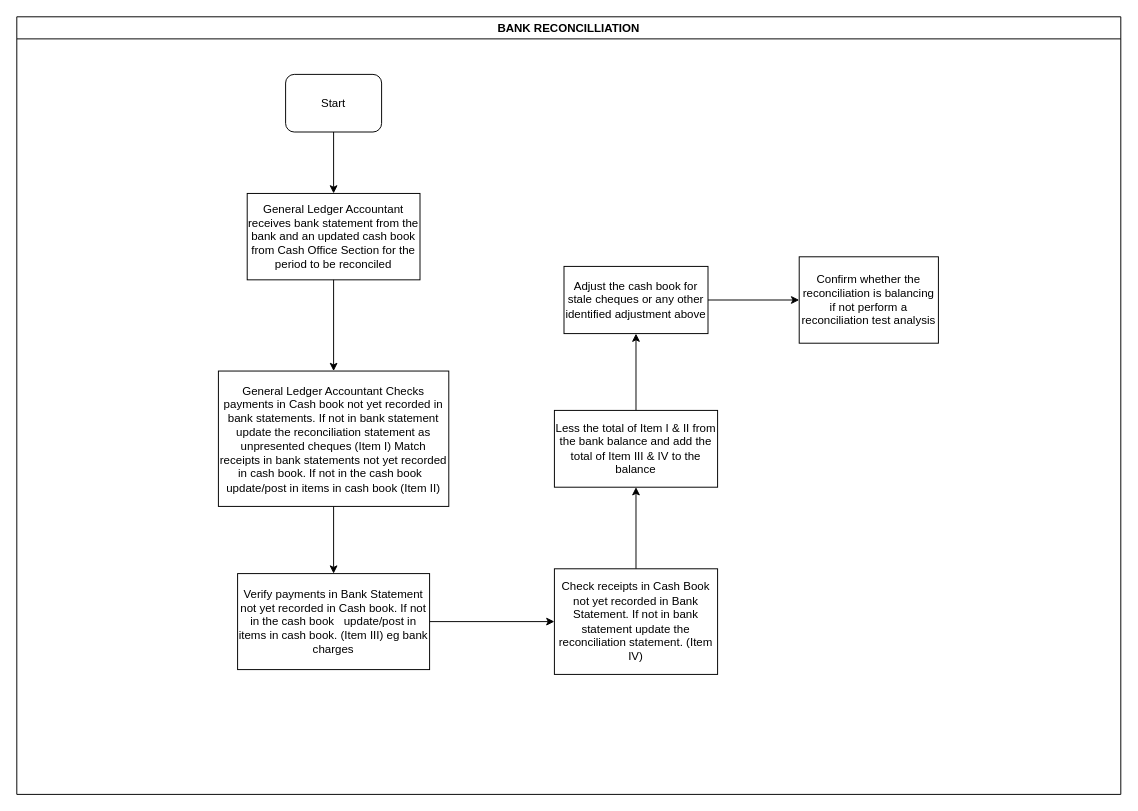
This is KEFRI-FIN-BANK RECONCILLIATION.drawio from kmagua/flowcharts, a draw.io file, before an edit. Source tidied: cells renumbered, new cells numbered last; positions are measured from the earlier drawing's top-left corner, leaving out a move shared by most shapes. Both pictures are drawn from the tidied source at 96%, with x=0, y=0 at pixel (16, 16).
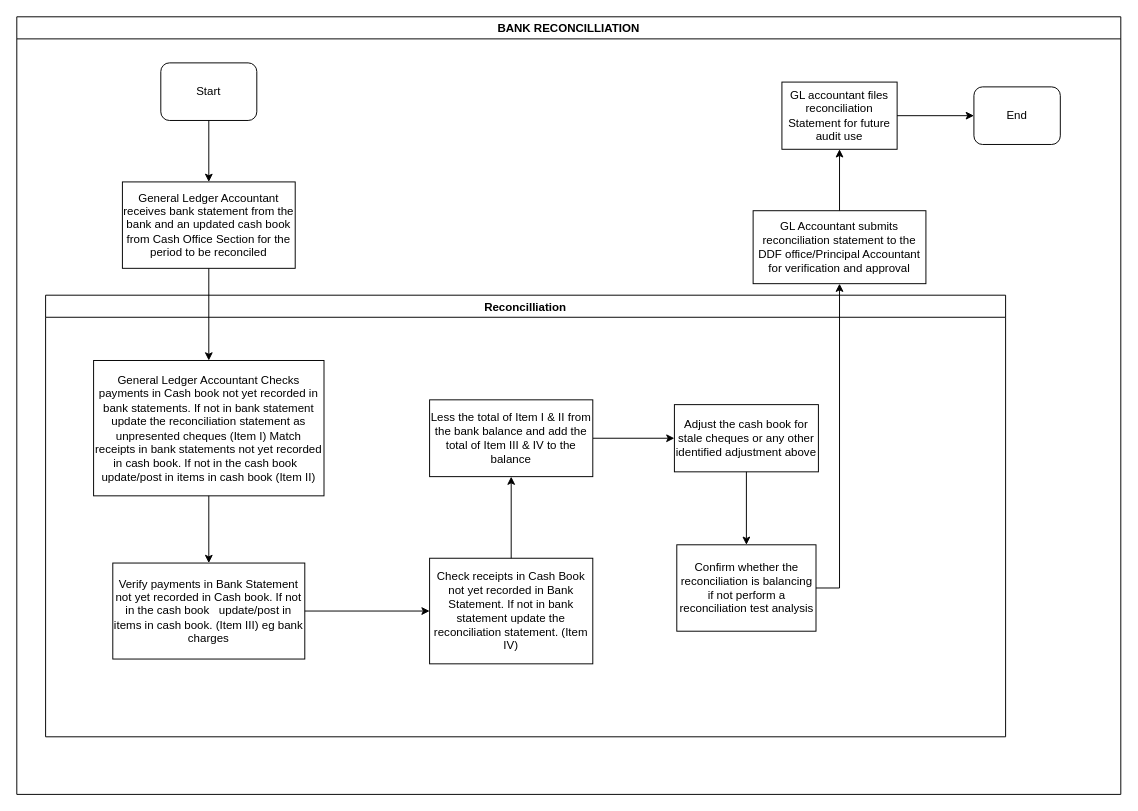
The same page after the edit.

The change refers to these unchanged cells:
```xml
<mxCell id="2" value="BANK RECONCILLIATION" style="swimlane;" parent="1" vertex="1">
  <mxGeometry width="1150" height="810" as="geometry" />
</mxCell>
```

Diff of the diagram source:
```diff
@@
     <mxCell id="3" value="Start" style="rounded=1;whiteSpace=wrap;html=1;" parent="2" vertex="1">
-      <mxGeometry x="280" y="60" width="100" height="60" as="geometry" />
+      <mxGeometry x="150" y="48" width="100" height="60" as="geometry" />
     </mxCell>
     <mxCell id="4" value="General Ledger Accountant receives bank statement from the bank and an updated cash book from Cash Office Section for the period to be reconciled" style="rounded=0;whiteSpace=wrap;html=1;" parent="2" vertex="1">
-      <mxGeometry x="240" y="184" width="180" height="90" as="geometry" />
+      <mxGeometry x="110" y="172" width="180" height="90" as="geometry" />
     </mxCell>
@@
+    <mxCell id="18" value="Reconcilliation" style="swimlane;" parent="2" vertex="1">
+      <mxGeometry x="30" y="290" width="1000" height="460" as="geometry" />
+    </mxCell>
+    <mxCell id="16" value="Adjust the cash book for stale cheques or any other identified adjustment above" style="whiteSpace=wrap;html=1;rounded=0;" parent="18" vertex="1">
+      <mxGeometry x="655" y="114" width="150" height="70" as="geometry" />
+    </mxCell>
+    <mxCell id="17" value="Confirm whether the reconciliation is balancing if not perform a reconciliation test analysis" style="whiteSpace=wrap;html=1;rounded=0;" parent="18" vertex="1">
+      <mxGeometry x="657.5" y="260" width="145" height="90" as="geometry" />
+    </mxCell>
+    <mxCell id="15" style="edgeStyle=orthogonalEdgeStyle;rounded=0;jettySize=auto;html=1;" parent="18" edge="1" source="16" target="17">
+      <mxGeometry relative="1" as="geometry" />
+    </mxCell>
+    <mxCell id="7" value="General Ledger Accountant Checks payments in Cash book not yet recorded in bank statements. If not in bank statement update the reconciliation statement as unpresented cheques (Item I) Match receipts in bank statements not yet recorded in cash book. If not in the cash book&amp;nbsp;&amp;nbsp; update/post in items in cash book (Item II)" style="whiteSpace=wrap;html=1;rounded=0;" parent="18" vertex="1">
+      <mxGeometry x="50" y="68" width="240" height="141" as="geometry" />
+    </mxCell>
+    <mxCell id="10" value="Verify payments in Bank Statement not yet recorded in Cash book. If not in the cash book&amp;nbsp;&amp;nbsp; update/post in items in cash book. (Item III) eg bank charges" style="whiteSpace=wrap;html=1;rounded=0;" parent="18" vertex="1">
+      <mxGeometry x="70" y="279" width="200" height="100" as="geometry" />
+    </mxCell>
-    <mxCell id="6" style="edgeStyle=orthogonalEdgeStyle;rounded=0;jettySize=auto;html=1;" parent="1" edge="1" source="7" target="10">
+    <mxCell id="6" style="edgeStyle=orthogonalEdgeStyle;rounded=0;jettySize=auto;html=1;" parent="18" edge="1" source="7" target="10">
       <mxGeometry relative="1" as="geometry" />
     </mxCell>
-    <mxCell id="7" value="General Ledger Accountant Checks payments in Cash book not yet recorded in bank statements. If not in bank statement update the reconciliation statement as unpresented cheques (Item I) Match receipts in bank statements not yet recorded in cash book. If not in the cash book&amp;nbsp;&amp;nbsp; update/post in items in cash book (Item II)" style="whiteSpace=wrap;html=1;rounded=0;" parent="1" vertex="1">
-      <mxGeometry x="210" y="369" width="240" height="141" as="geometry" />
-    </mxCell>
-    <mxCell id="8" style="edgeStyle=orthogonalEdgeStyle;rounded=0;jettySize=auto;html=1;" parent="1" edge="1" source="4" target="7">
-      <mxGeometry relative="1" as="geometry" />
-    </mxCell>
+    <mxCell id="12" value="Check receipts in Cash Book not yet recorded in Bank Statement. If not in bank statement update the reconciliation statement. (Item IV)" style="whiteSpace=wrap;html=1;rounded=0;" parent="18" vertex="1">
+      <mxGeometry x="400" y="274" width="170" height="110" as="geometry" />
+    </mxCell>
-    <mxCell id="9" style="edgeStyle=orthogonalEdgeStyle;rounded=0;jettySize=auto;html=1;" parent="1" edge="1" source="10" target="12">
+    <mxCell id="9" style="edgeStyle=orthogonalEdgeStyle;rounded=0;jettySize=auto;html=1;" parent="18" edge="1" source="10" target="12">
       <mxGeometry relative="1" as="geometry" />
     </mxCell>
-    <mxCell id="10" value="Verify payments in Bank Statement not yet recorded in Cash book. If not in the cash book&amp;nbsp;&amp;nbsp; update/post in items in cash book. (Item III) eg bank charges" style="whiteSpace=wrap;html=1;rounded=0;" parent="1" vertex="1">
-      <mxGeometry x="230" y="580" width="200" height="100" as="geometry" />
-    </mxCell>
-    <mxCell id="11" style="edgeStyle=orthogonalEdgeStyle;rounded=0;jettySize=auto;html=1;" parent="1" edge="1" source="12" target="14">
-      <mxGeometry relative="1" as="geometry" />
-    </mxCell>
-    <mxCell id="12" value="Check receipts in Cash Book not yet recorded in Bank Statement. If not in bank statement update the reconciliation statement. (Item IV)" style="whiteSpace=wrap;html=1;rounded=0;" parent="1" vertex="1">
-      <mxGeometry x="560" y="575" width="170" height="110" as="geometry" />
-    </mxCell>
-    <mxCell id="13" style="edgeStyle=orthogonalEdgeStyle;rounded=0;jettySize=auto;html=1;" parent="1" edge="1" source="14" target="16">
+    <mxCell id="13" style="edgeStyle=orthogonalEdgeStyle;rounded=0;jettySize=auto;html=1;" parent="18" edge="1" source="14" target="16">
       <mxGeometry relative="1" as="geometry" />
     </mxCell>
-    <mxCell id="14" value="Less the total of Item I &amp;amp; II from the bank balance and add the total of Item III &amp;amp; IV to the balance" style="whiteSpace=wrap;html=1;rounded=0;" parent="1" vertex="1">
-      <mxGeometry x="560" y="410" width="170" height="80" as="geometry" />
+    <mxCell id="14" value="Less the total of Item I &amp;amp; II from the bank balance and add the total of Item III &amp;amp; IV to the balance" style="whiteSpace=wrap;html=1;rounded=0;" parent="18" vertex="1">
+      <mxGeometry x="400" y="109" width="170" height="80" as="geometry" />
     </mxCell>
-    <mxCell id="15" style="edgeStyle=orthogonalEdgeStyle;rounded=0;jettySize=auto;html=1;" parent="1" edge="1" source="16" target="17">
-      <mxGeometry relative="1" as="geometry" />
-    </mxCell>
-    <mxCell id="16" value="Adjust the cash book for stale cheques or any other identified adjustment above" style="whiteSpace=wrap;html=1;rounded=0;" parent="1" vertex="1">
-      <mxGeometry x="570" y="260" width="150" height="70" as="geometry" />
-    </mxCell>
-    <mxCell id="17" value="Confirm whether the reconciliation is balancing if not perform a reconciliation test analysis" style="whiteSpace=wrap;html=1;rounded=0;" parent="1" vertex="1">
-      <mxGeometry x="815" y="250" width="145" height="90" as="geometry" />
-    </mxCell>
+    <mxCell id="11" style="edgeStyle=orthogonalEdgeStyle;rounded=0;jettySize=auto;html=1;" parent="18" edge="1" source="12" target="14">
+      <mxGeometry relative="1" as="geometry" />
+    </mxCell>
+    <mxCell id="8" style="edgeStyle=orthogonalEdgeStyle;rounded=0;jettySize=auto;html=1;" parent="2" edge="1" source="4" target="7">
+      <mxGeometry relative="1" as="geometry" />
+    </mxCell>
+    <mxCell id="19" value="GL Accountant submits reconciliation statement to the DDF office/Principal Accountant for verification and approval" style="whiteSpace=wrap;html=1;rounded=0;" parent="2" vertex="1">
+      <mxGeometry x="767" y="202" width="180" height="76" as="geometry" />
+    </mxCell>
+    <mxCell id="20" style="edgeStyle=orthogonalEdgeStyle;rounded=0;jettySize=auto;html=1;" parent="2" edge="1" source="17" target="19">
+      <mxGeometry relative="1" as="geometry">
+        <Array as="points">
+          <mxPoint x="857" y="595" />
+        </Array>
+      </mxGeometry>
+    </mxCell>
+    <mxCell id="21" value="GL accountant files reconciliation Statement for future audit use" style="whiteSpace=wrap;html=1;rounded=0;" parent="2" vertex="1">
+      <mxGeometry x="797" y="68" width="120" height="70" as="geometry" />
+    </mxCell>
+    <mxCell id="22" style="edgeStyle=orthogonalEdgeStyle;rounded=0;jettySize=auto;html=1;" parent="2" edge="1" source="19" target="21">
+      <mxGeometry relative="1" as="geometry" />
+    </mxCell>
+    <mxCell id="23" value="End" style="rounded=1;whiteSpace=wrap;html=1;" parent="2" vertex="1">
+      <mxGeometry x="997" y="73" width="90" height="60" as="geometry" />
+    </mxCell>
+    <mxCell id="24" style="edgeStyle=orthogonalEdgeStyle;rounded=0;jettySize=auto;html=1;entryX=0;entryY=0.5;entryDx=0;entryDy=0;" parent="2" edge="1" source="21" target="23">
+      <mxGeometry relative="1" as="geometry" />
+    </mxCell>
```
